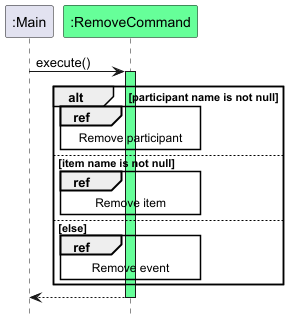
The PlantUML diagram docs/images/RemoveCommandSequenceDiagram.png in nus-cs2113-AY2425S1/tp, before a commit. The source it was exported from:
```plantuml
@startuml
!include style.puml
hide footbox

participant ":Main" as main
participant ":RemoveCommand" as command COMMAND_COLOUR

main -> command : execute()
activate command COMMAND_COLOUR

alt participant name is not null
    ref over command : Remove participant
else item name is not null
    ref over command : Remove item
else else
    ref over command : Remove event
end

return

@enduml
```
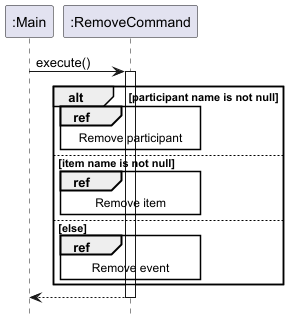
After the commit.

What changed in the source:
```diff
@@ -3,10 +3,10 @@
 hide footbox
 
 participant ":Main" as main
-participant ":RemoveCommand" as command COMMAND_COLOUR
+participant ":RemoveCommand" as command
 
 main -> command : execute()
-activate command COMMAND_COLOUR
+activate command
 
 alt participant name is not null
     ref over command : Remove participant
```
